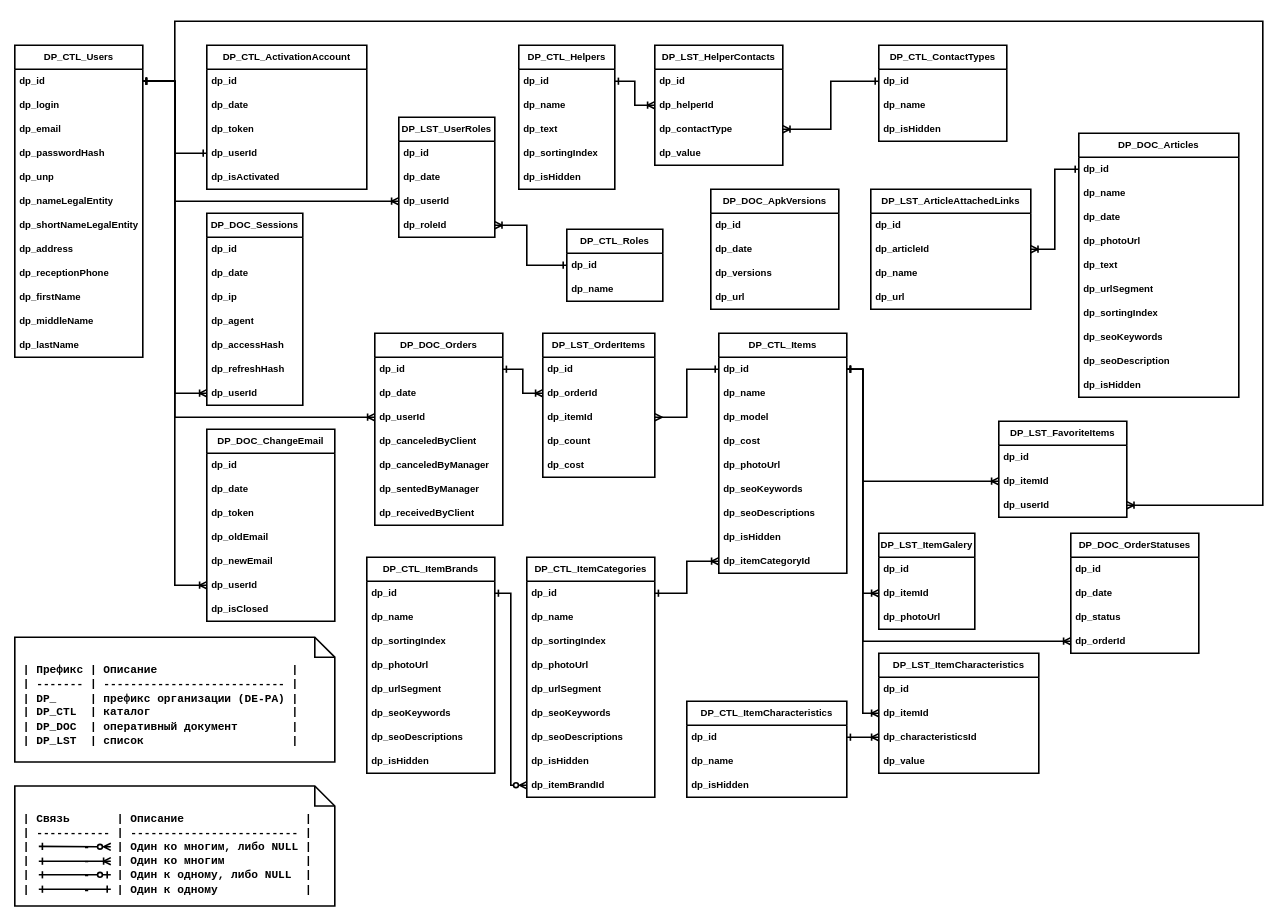
Earlier version of the draw.io diagram sources/images/db/db.drawio (Pavel-Innokentevich-Galanin/dp_report). Source tidied: cells renumbered, new cells numbered last; positions are measured from the earlier drawing's top-left corner, leaving out a move shared by most shapes. Both pictures are drawn from the tidied source at 80%, with x=0, y=0 at pixel (14, 21).
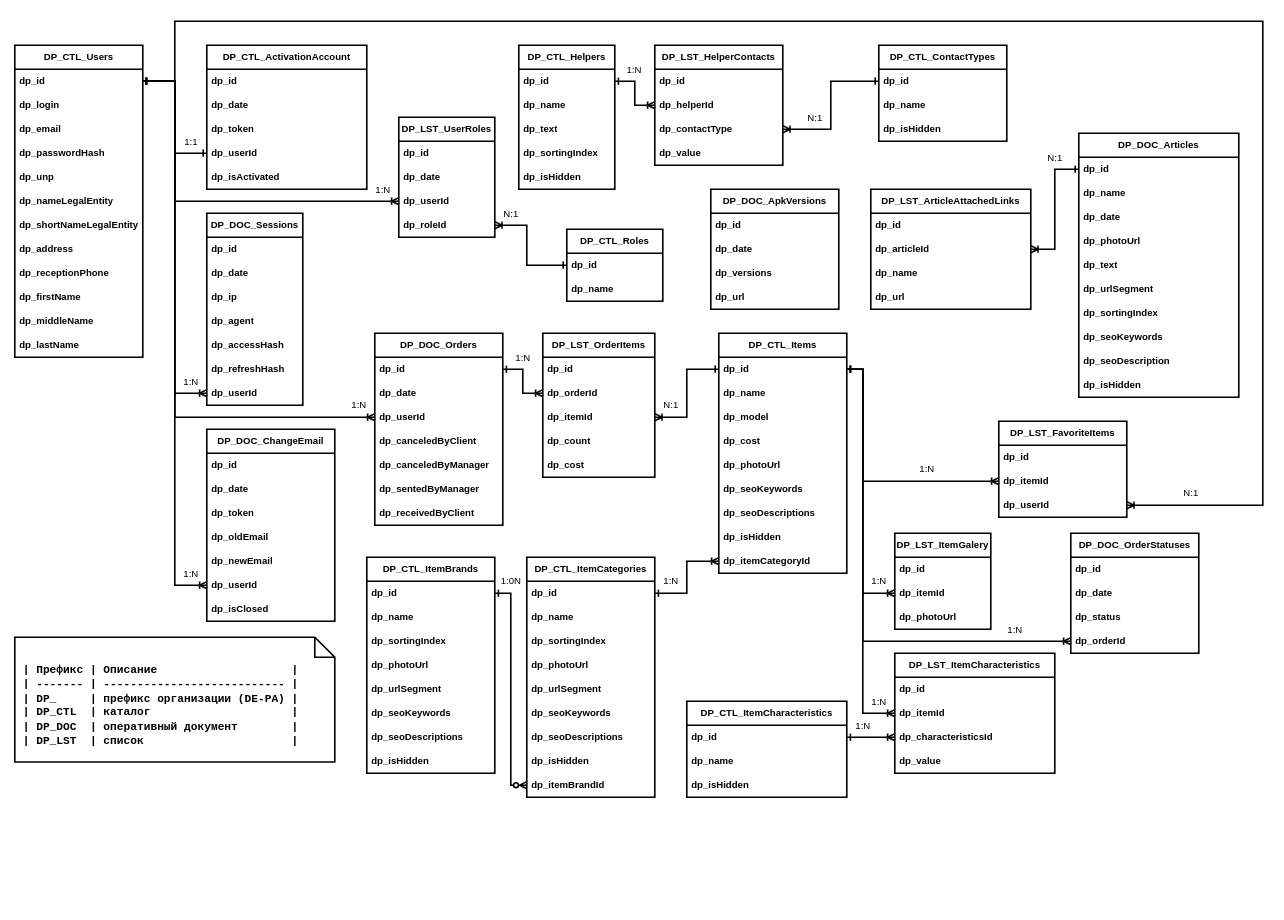
After the change.

The change refers to these unchanged cells:
```xml
<mxCell id="65" value="dp_id" style="text;strokeColor=none;fillColor=none;align=left;verticalAlign=middle;spacingLeft=4;spacingRight=4;overflow=hidden;points=[[0,0.5],[1,0.5]];portConstraint=eastwest;whiteSpace=wrap;html=1;strokeWidth=2;fontStyle=1;" parent="64" vertex="1">
  <mxGeometry y="30" width="160" height="30" as="geometry" />
</mxCell>
<mxCell id="76" value="dp_itemId" style="text;strokeColor=none;fillColor=none;align=left;verticalAlign=middle;spacingLeft=4;spacingRight=4;overflow=hidden;points=[[0,0.5],[1,0.5]];portConstraint=eastwest;whiteSpace=wrap;html=1;strokeWidth=2;fontStyle=1;" parent="74" vertex="1">
  <mxGeometry y="60" width="120" height="30" as="geometry" />
</mxCell>
<mxCell id="80" value="dp_itemId" style="text;strokeColor=none;fillColor=none;align=left;verticalAlign=middle;spacingLeft=4;spacingRight=4;overflow=hidden;points=[[0,0.5],[1,0.5]];portConstraint=eastwest;whiteSpace=wrap;html=1;strokeWidth=2;fontStyle=1;" parent="78" vertex="1">
  <mxGeometry y="60" width="200" height="30" as="geometry" />
</mxCell>
<mxCell id="98" value="dp_itemId" style="text;strokeColor=none;fillColor=none;align=left;verticalAlign=middle;spacingLeft=4;spacingRight=4;overflow=hidden;points=[[0,0.5],[1,0.5]];portConstraint=eastwest;whiteSpace=wrap;html=1;strokeWidth=2;fontStyle=1;" parent="95" vertex="1">
  <mxGeometry y="90" width="140" height="30" as="geometry" />
</mxCell>
```

Change to the diagram source:
```diff
@@
     <mxCell id="74" value="DP_LST_ItemGalery" style="swimlane;fontStyle=1;horizontal=1;startSize=30;whiteSpace=wrap;html=1;strokeWidth=2;" parent="1" vertex="1">
-      <mxGeometry x="1080" y="640" width="120" height="120" as="geometry" />
+      <mxGeometry x="1100" y="640" width="120" height="120" as="geometry" />
     </mxCell>
@@
     <mxCell id="78" value="DP_LST_ItemCharacteristics" style="swimlane;fontStyle=1;horizontal=1;startSize=30;whiteSpace=wrap;html=1;strokeWidth=2;" parent="1" vertex="1">
-      <mxGeometry x="1080" y="790" width="200" height="150" as="geometry" />
+      <mxGeometry x="1100" y="790" width="200" height="150" as="geometry" />
     </mxCell>
@@
-    <mxCell id="113" style="edgeStyle=orthogonalEdgeStyle;rounded=0;jettySize=auto;html=1;exitX=0;exitY=0.5;exitDx=0;exitDy=0;entryX=1;entryY=0.5;entryDx=0;entryDy=0;startArrow=ERone;startFill=0;endArrow=ERmany;endFill=0;strokeWidth=2;fontStyle=1;" parent="1" edge="1" source="65" target="98">
+    <mxCell id="113" style="edgeStyle=orthogonalEdgeStyle;rounded=0;jettySize=auto;html=1;exitX=0;exitY=0.5;exitDx=0;exitDy=0;entryX=1;entryY=0.5;entryDx=0;entryDy=0;startArrow=ERone;startFill=0;endArrow=ERoneToMany;endFill=0;strokeWidth=2;fontStyle=1;" parent="1" edge="1" source="65" target="98">
       <mxGeometry relative="1" as="geometry" />
     </mxCell>
@@
     <mxCell id="117" style="edgeStyle=orthogonalEdgeStyle;rounded=0;jettySize=auto;html=1;exitX=1;exitY=0.5;exitDx=0;exitDy=0;entryX=0;entryY=0.5;entryDx=0;entryDy=0;startArrow=ERone;startFill=0;endArrow=ERoneToMany;endFill=0;strokeWidth=2;fontStyle=1;" parent="1" edge="1" source="65" target="76">
-      <mxGeometry relative="1" as="geometry" />
+      <mxGeometry relative="1" as="geometry">
+        <Array as="points">
+          <mxPoint x="1060" y="435" />
+          <mxPoint x="1060" y="715" />
+        </Array>
+      </mxGeometry>
     </mxCell>
     <mxCell id="118" style="edgeStyle=orthogonalEdgeStyle;rounded=0;jettySize=auto;html=1;exitX=1;exitY=0.5;exitDx=0;exitDy=0;entryX=0;entryY=0.5;entryDx=0;entryDy=0;startArrow=ERone;startFill=0;endArrow=ERoneToMany;endFill=0;strokeWidth=2;fontStyle=1;" parent="1" edge="1" source="65" target="80">
-      <mxGeometry relative="1" as="geometry" />
+      <mxGeometry relative="1" as="geometry">
+        <Array as="points">
+          <mxPoint x="1060" y="435" />
+          <mxPoint x="1060" y="865" />
+        </Array>
+      </mxGeometry>
     </mxCell>
@@
-    <mxCell id="166" value="&lt;font face=&quot;Courier New&quot; style=&quot;font-size: 14px;&quot;&gt;&amp;nbsp;| Связь&amp;nbsp; &amp;nbsp; &amp;nbsp; &amp;nbsp;| Описание&amp;nbsp; &amp;nbsp; &amp;nbsp; &amp;nbsp; &amp;nbsp; &amp;nbsp; &amp;nbsp; &amp;nbsp; &amp;nbsp; |&lt;br&gt;&amp;nbsp;| ----------- | ------------------------- |&lt;br&gt;&amp;nbsp;|&amp;nbsp; &amp;nbsp; &amp;nbsp; &amp;nbsp; -&amp;nbsp; &amp;nbsp; | Один ко многим, либо NULL |&lt;br&gt;&amp;nbsp;|&amp;nbsp; &amp;nbsp; &amp;nbsp; &amp;nbsp; -&amp;nbsp; &amp;nbsp; | Один ко многим&amp;nbsp; &amp;nbsp; &amp;nbsp; &amp;nbsp; &amp;nbsp; &amp;nbsp; |&lt;br&gt;&amp;nbsp;|&amp;nbsp; &amp;nbsp; &amp;nbsp; &amp;nbsp; -&amp;nbsp; &amp;nbsp; | Один к одному, либо NULL&amp;nbsp; |&lt;br&gt;&amp;nbsp;|&amp;nbsp; &amp;nbsp; &amp;nbsp; &amp;nbsp; -&amp;nbsp; &amp;nbsp; | Один к одному&amp;nbsp; &amp;nbsp; &amp;nbsp; &amp;nbsp; &amp;nbsp; &amp;nbsp; &amp;nbsp;|&lt;br&gt;&lt;/font&gt;" style="shape=note2;boundedLbl=1;whiteSpace=wrap;html=1;size=25;verticalAlign=top;align=left;strokeWidth=2;fontStyle=1;fontSize=14;" parent="1" vertex="1">
-      <mxGeometry y="956" width="400" height="150" as="geometry" />
-    </mxCell>
-    <mxCell id="167" style="endArrow=ERone;html=1;rounded=0;strokeWidth=2;endFill=0;startArrow=ERzeroToMany;startFill=0;" parent="1" edge="1">
-      <mxGeometry relative="1" as="geometry">
-        <mxPoint x="120" y="1032" as="sourcePoint" />
-        <mxPoint x="30" y="1031.5" as="targetPoint" />
-      </mxGeometry>
-    </mxCell>
-    <mxCell id="168" style="endArrow=ERone;html=1;rounded=0;strokeWidth=2;endFill=0;startArrow=ERoneToMany;startFill=0;" parent="1" edge="1">
-      <mxGeometry relative="1" as="geometry">
-        <mxPoint x="120" y="1050" as="sourcePoint" />
-        <mxPoint x="30" y="1050" as="targetPoint" />
-      </mxGeometry>
-    </mxCell>
-    <mxCell id="169" style="endArrow=ERone;html=1;rounded=0;strokeWidth=2;endFill=0;startArrow=ERzeroToOne;startFill=0;" parent="1" edge="1">
-      <mxGeometry relative="1" as="geometry">
-        <mxPoint x="120" y="1067" as="sourcePoint" />
-        <mxPoint x="30" y="1067" as="targetPoint" />
-      </mxGeometry>
-    </mxCell>
-    <mxCell id="170" style="endArrow=ERone;html=1;rounded=0;strokeWidth=2;endFill=0;startArrow=ERone;startFill=0;" parent="1" edge="1">
-      <mxGeometry relative="1" as="geometry">
-        <mxPoint x="120" y="1085" as="sourcePoint" />
-        <mxPoint x="30" y="1085" as="targetPoint" />
-      </mxGeometry>
-    </mxCell>
+    <mxCell id="171" value="1:N" style="text;html=1;align=center;verticalAlign=middle;strokeColor=none;fillColor=none;" parent="1" vertex="1">
+      <mxGeometry x="200" y="436" width="40" height="30" as="geometry" />
+    </mxCell>
+    <mxCell id="172" value="1:N" style="text;html=1;align=center;verticalAlign=middle;strokeColor=none;fillColor=none;" parent="1" vertex="1">
+      <mxGeometry x="200" y="676" width="40" height="30" as="geometry" />
+    </mxCell>
+    <mxCell id="173" value="1:1" style="text;html=1;align=center;verticalAlign=middle;strokeColor=none;fillColor=none;" parent="1" vertex="1">
+      <mxGeometry x="200" y="136" width="40" height="30" as="geometry" />
+    </mxCell>
+    <mxCell id="174" value="N:1" style="text;html=1;align=center;verticalAlign=middle;strokeColor=none;fillColor=none;" parent="1" vertex="1">
+      <mxGeometry x="600" y="226" width="40" height="30" as="geometry" />
+    </mxCell>
+    <mxCell id="175" value="1:N" style="text;html=1;align=center;verticalAlign=middle;strokeColor=none;fillColor=none;" parent="1" vertex="1">
+      <mxGeometry x="754" y="46" width="40" height="30" as="geometry" />
+    </mxCell>
+    <mxCell id="176" value="N:1" style="text;html=1;align=center;verticalAlign=middle;strokeColor=none;fillColor=none;" parent="1" vertex="1">
+      <mxGeometry x="980" y="106" width="40" height="30" as="geometry" />
+    </mxCell>
+    <mxCell id="177" value="1:N" style="text;html=1;align=center;verticalAlign=middle;strokeColor=none;fillColor=none;" parent="1" vertex="1">
+      <mxGeometry x="410" y="465" width="40" height="30" as="geometry" />
+    </mxCell>
+    <mxCell id="178" value="1:N" style="text;html=1;align=center;verticalAlign=middle;strokeColor=none;fillColor=none;" parent="1" vertex="1">
+      <mxGeometry x="615" y="406" width="40" height="30" as="geometry" />
+    </mxCell>
+    <mxCell id="179" value="N:1" style="text;html=1;align=center;verticalAlign=middle;strokeColor=none;fillColor=none;" parent="1" vertex="1">
+      <mxGeometry x="800" y="465" width="40" height="30" as="geometry" />
+    </mxCell>
+    <mxCell id="180" value="1:N" style="text;html=1;align=center;verticalAlign=middle;strokeColor=none;fillColor=none;" parent="1" vertex="1">
+      <mxGeometry x="1120" y="545" width="40" height="30" as="geometry" />
+    </mxCell>
+    <mxCell id="181" value="1:N" style="text;html=1;align=center;verticalAlign=middle;strokeColor=none;fillColor=none;" parent="1" vertex="1">
+      <mxGeometry x="1230" y="746" width="40" height="30" as="geometry" />
+    </mxCell>
+    <mxCell id="182" value="1:N" style="text;html=1;align=center;verticalAlign=middle;strokeColor=none;fillColor=none;" parent="1" vertex="1">
+      <mxGeometry x="1040" y="866" width="40" height="30" as="geometry" />
+    </mxCell>
+    <mxCell id="183" value="1:N" style="text;html=1;align=center;verticalAlign=middle;strokeColor=none;fillColor=none;" parent="1" vertex="1">
+      <mxGeometry x="800" y="685" width="40" height="30" as="geometry" />
+    </mxCell>
+    <mxCell id="184" value="1:0N" style="text;html=1;align=center;verticalAlign=middle;strokeColor=none;fillColor=none;" parent="1" vertex="1">
+      <mxGeometry x="595" y="685" width="50" height="30" as="geometry" />
+    </mxCell>
+    <mxCell id="185" value="1:N" style="text;html=1;align=center;verticalAlign=middle;strokeColor=none;fillColor=none;" parent="1" vertex="1">
+      <mxGeometry x="1060" y="685" width="40" height="30" as="geometry" />
+    </mxCell>
+    <mxCell id="186" value="1:N" style="text;html=1;align=center;verticalAlign=middle;strokeColor=none;fillColor=none;" parent="1" vertex="1">
+      <mxGeometry x="1060" y="836" width="40" height="30" as="geometry" />
+    </mxCell>
+    <mxCell id="187" value="N:1" style="text;html=1;align=center;verticalAlign=middle;strokeColor=none;fillColor=none;" parent="1" vertex="1">
+      <mxGeometry x="1450" y="575" width="40" height="30" as="geometry" />
+    </mxCell>
+    <mxCell id="188" value="N:1" style="text;html=1;align=center;verticalAlign=middle;strokeColor=none;fillColor=none;" parent="1" vertex="1">
+      <mxGeometry x="1280" y="156" width="40" height="30" as="geometry" />
+    </mxCell>
+    <mxCell id="189" value="1:N" style="text;html=1;align=center;verticalAlign=middle;strokeColor=none;fillColor=none;" parent="1" vertex="1">
+      <mxGeometry x="440" y="196" width="40" height="30" as="geometry" />
+    </mxCell>
```
